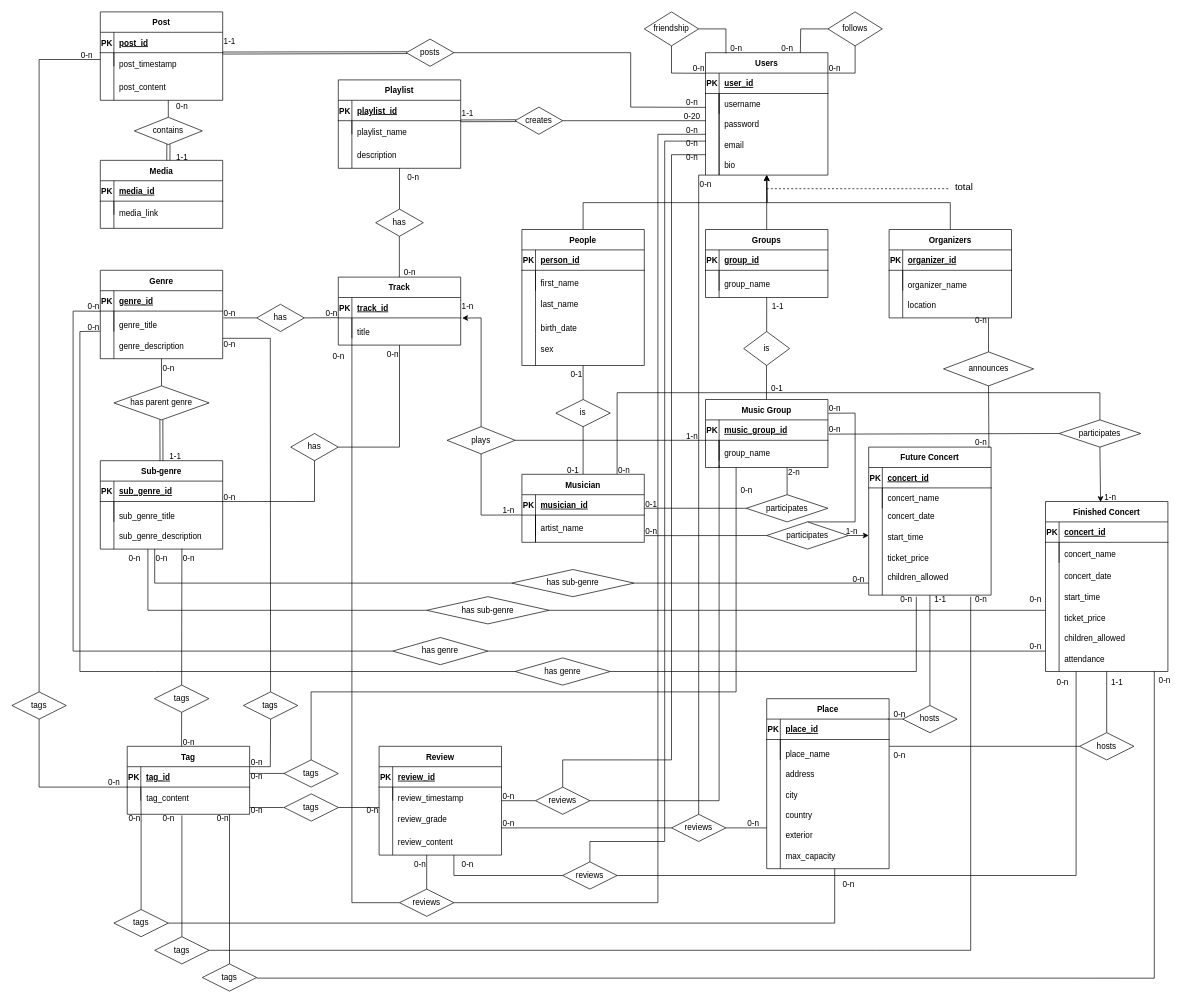
ryohkhn/noisebook keeps this draw.io diagram as ERdiagram.drawio. Above is the earlier version. Source tidied: cells renumbered, new cells numbered last; positions are measured from the earlier drawing's top-left corner, leaving out a move shared by most shapes. Both pictures are drawn from the tidied source at 68%, with x=0, y=0 at pixel (12, 12).
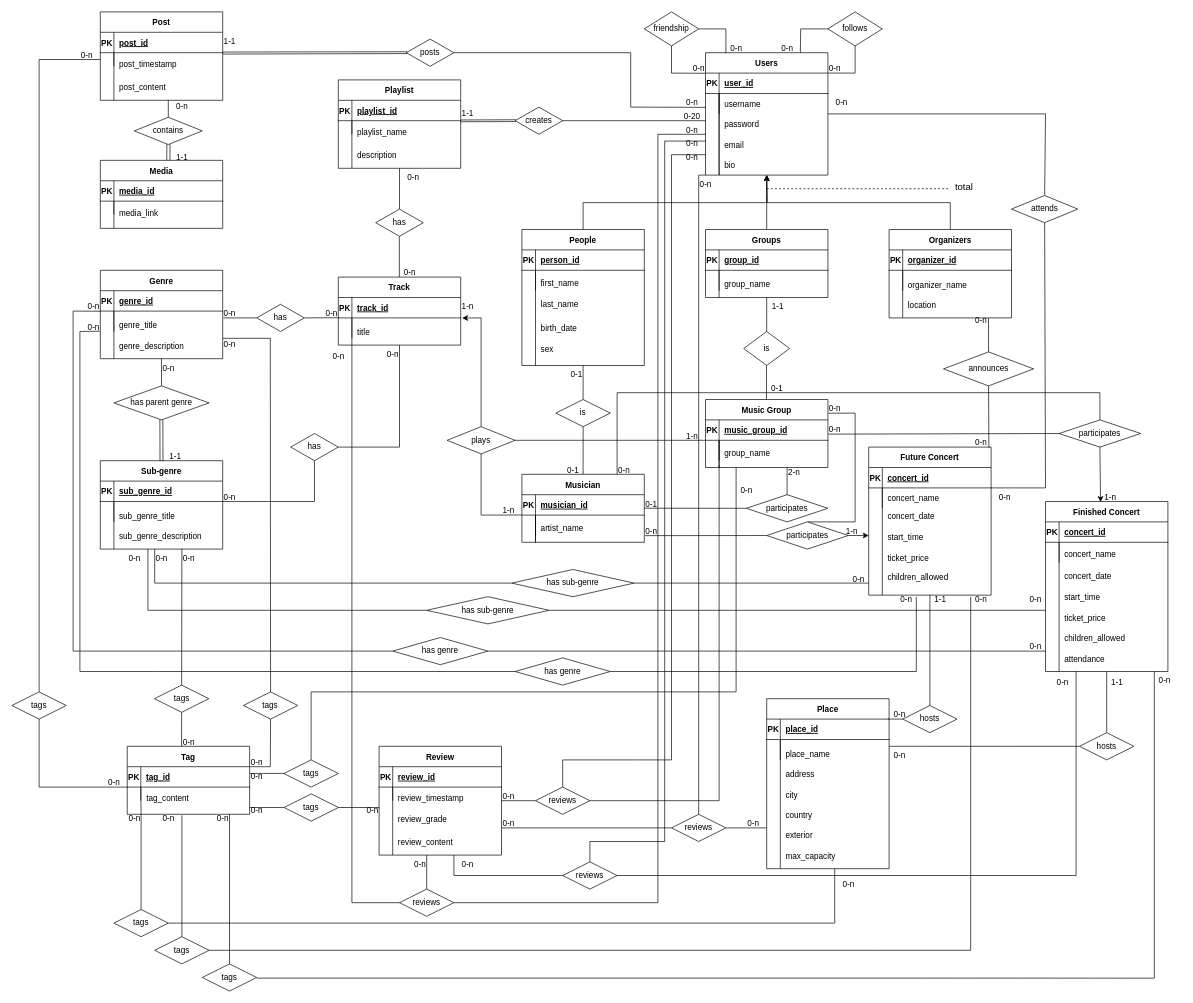
Above is the later version.

Commit message (it also covers changes not shown here):
Added user_attends_concert

Unchanged cells that the change refers to:
```xml
<mxCell id="7" value="Users" style="shape=table;startSize=30;childLayout=tableLayout;rowLines=0;fontStyle=1;align=center;" parent="6" vertex="1">
  <mxGeometry width="180" height="180" as="geometry" />
</mxCell>
<mxCell id="211" style="group;" parent="1" vertex="1">
  <mxGeometry x="1260" y="640" width="190" height="270" as="geometry" />
</mxCell>
```

Change to the diagram source:
```diff
@@
+    <mxCell id="403" style="endArrow=none;html=1;rounded=0;entryX=0.5;entryY=1;entryDx=0;entryDy=0;" parent="211" edge="1" target="405">
+      <mxGeometry relative="1" as="geometry">
+        <mxPoint x="180" y="60" as="sourcePoint" />
+        <Array as="points">
+          <mxPoint x="260" y="60" />
+        </Array>
+      </mxGeometry>
+    </mxCell>
@@
+    <mxCell id="404" style="endArrow=none;html=1;rounded=0;exitX=1;exitY=0.5;exitDx=0;exitDy=0;entryX=0.5;entryY=0;entryDx=0;entryDy=0;" parent="1" edge="1" source="7" target="405">
+      <mxGeometry relative="1" as="geometry">
+        <Array as="points">
+          <mxPoint x="1520" y="150" />
+        </Array>
+      </mxGeometry>
+    </mxCell>
+    <mxCell id="405" value="attends" style="rhombus;whiteSpace=wrap;html=1;" parent="1" vertex="1">
+      <mxGeometry x="1470" y="270" width="97.5" height="40" as="geometry" />
+    </mxCell>
+    <mxCell id="406" value="&lt;span style=&quot;font-weight: normal;&quot;&gt;&lt;font style=&quot;font-size: 12px;&quot;&gt;0-n&lt;/font&gt;&lt;/span&gt;" style="text;strokeColor=none;fillColor=none;html=1;fontSize=24;fontStyle=1;verticalAlign=middle;align=center;" parent="1" vertex="1">
+      <mxGeometry x="1170" y="110" width="100" height="40" as="geometry" />
+    </mxCell>
+    <mxCell id="407" value="&lt;span style=&quot;font-weight: normal;&quot;&gt;&lt;font style=&quot;font-size: 12px;&quot;&gt;0-n&lt;/font&gt;&lt;/span&gt;" style="text;strokeColor=none;fillColor=none;html=1;fontSize=24;fontStyle=1;verticalAlign=middle;align=center;" parent="1" vertex="1">
+      <mxGeometry x="1410" y="690" width="100" height="40" as="geometry" />
+    </mxCell>
```
